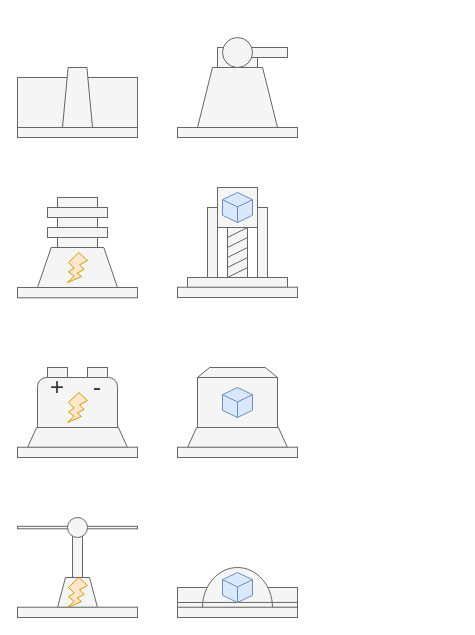
This is Assets/Tower Defence/Art/StructureIcons/Untitled Diagram.drawio from John-D-S/Tower-Defence, a draw.io file, before an edit. Source tidied: cells renumbered, new cells numbered last; positions are measured from the earlier drawing's top-left corner, leaving out a move shared by most shapes. Both pictures are drawn from the tidied source at 100%, with x=0, y=0 at pixel (17, 17).
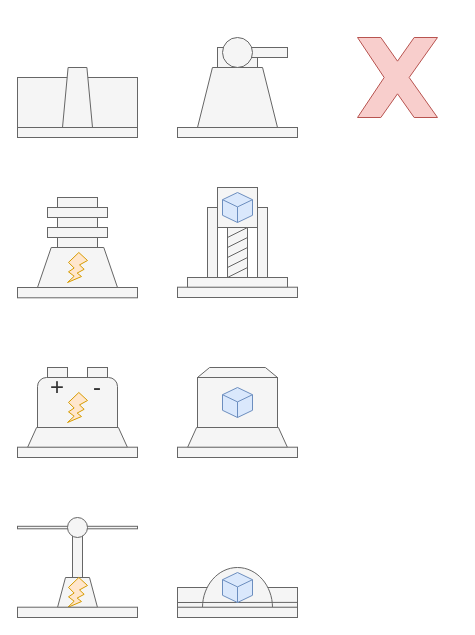
Above is the later version.

What changed in the source:
```diff
@@
-    <mxCell id="9" style="whiteSpace=wrap;html=1;strokeColor=none;fontColor=#333333;" parent="1" vertex="1">
-      <mxGeometry x="360" y="80" width="40" height="40" as="geometry" />
-    </mxCell>
@@
+    <mxCell id="60" style="whiteSpace=wrap;html=1;fillColor=none;strokeColor=none;fontColor=#333333;" parent="1" vertex="1">
+      <mxGeometry x="320" width="120" height="120" as="geometry" />
+    </mxCell>
+    <mxCell id="61" style="verticalLabelPosition=bottom;verticalAlign=top;html=1;shape=mxgraph.basic.x;fillColor=#f8cecc;strokeColor=#b85450;" parent="1" vertex="1">
+      <mxGeometry x="340" y="20" width="80" height="80" as="geometry" />
+    </mxCell>
```
